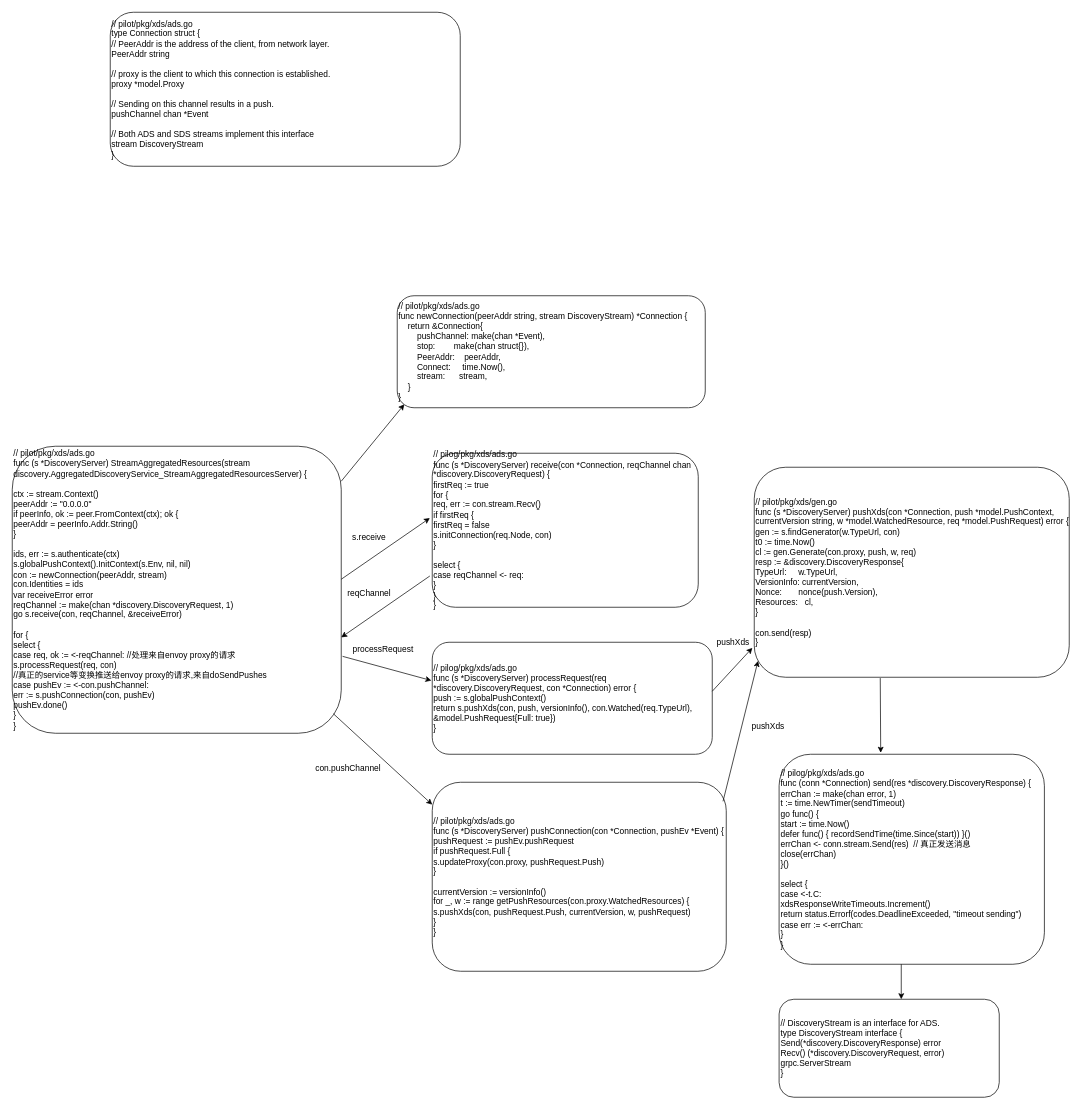
Above: kubernetes/istio_pilot_xds_connection.drawio in bjqhfd/draw (draw.io), before the change. Source tidied: cells renumbered, new cells numbered last; positions are measured from the earlier drawing's top-left corner, leaving out a move shared by most shapes. Both pictures are drawn from the tidied source at 70%, with x=0, y=0 at pixel (12, 12).
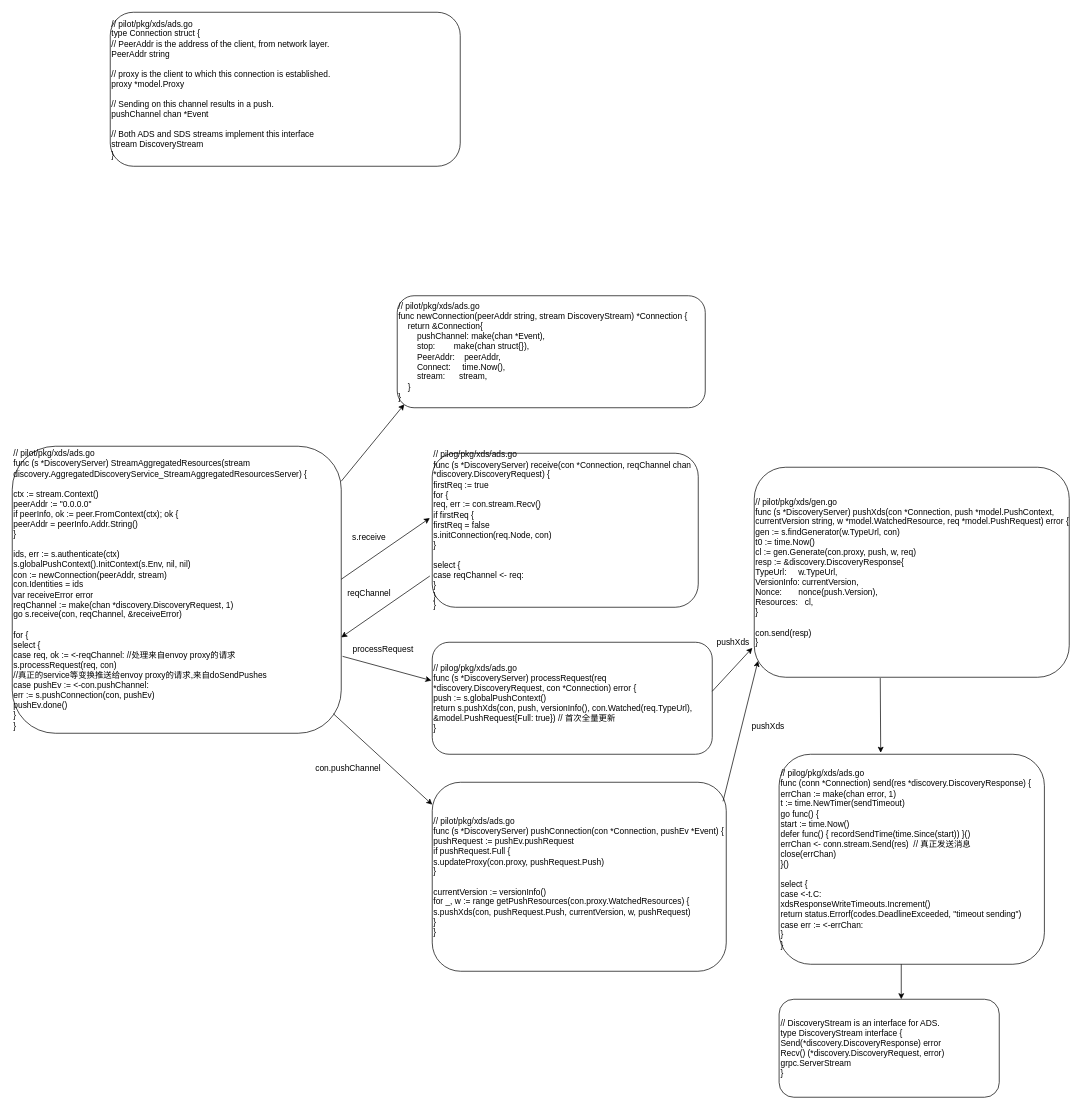
Above is the later version.

Change to the diagram source:
```diff
@@
-    <mxCell id="6" value="&lt;div&gt;// pilog/pkg/xds/ads.go&amp;nbsp;&lt;/div&gt;&lt;div&gt;func (s *DiscoveryServer) processRequest(req *discovery.DiscoveryRequest, con *Connection) error {&lt;/div&gt;&lt;div&gt;&lt;span&gt; &lt;/span&gt;push := s.globalPushContext()&lt;/div&gt;&lt;div&gt;&lt;span&gt; &lt;/span&gt;return s.pushXds(con, push, versionInfo(), con.Watched(req.TypeUrl), &amp;amp;model.PushRequest{Full: true})&lt;/div&gt;&lt;div&gt;}&lt;/div&gt;" style="rounded=1;whiteSpace=wrap;html=1;align=left;" parent="1" vertex="1">
+    <mxCell id="6" value="&lt;div&gt;// pilog/pkg/xds/ads.go&amp;nbsp;&lt;/div&gt;&lt;div&gt;func (s *DiscoveryServer) processRequest(req *discovery.DiscoveryRequest, con *Connection) error {&lt;/div&gt;&lt;div&gt;&lt;span&gt; &lt;/span&gt;push := s.globalPushContext()&lt;/div&gt;&lt;div&gt;&lt;span&gt; &lt;/span&gt;return s.pushXds(con, push, versionInfo(), con.Watched(req.TypeUrl), &amp;amp;model.PushRequest{Full: true}) // 首次全量更新&lt;/div&gt;&lt;div&gt;}&lt;/div&gt;" style="rounded=1;whiteSpace=wrap;html=1;align=left;" parent="1" vertex="1">
       <mxGeometry x="600" y="900" width="400" height="160" as="geometry" />
     </mxCell>
```
